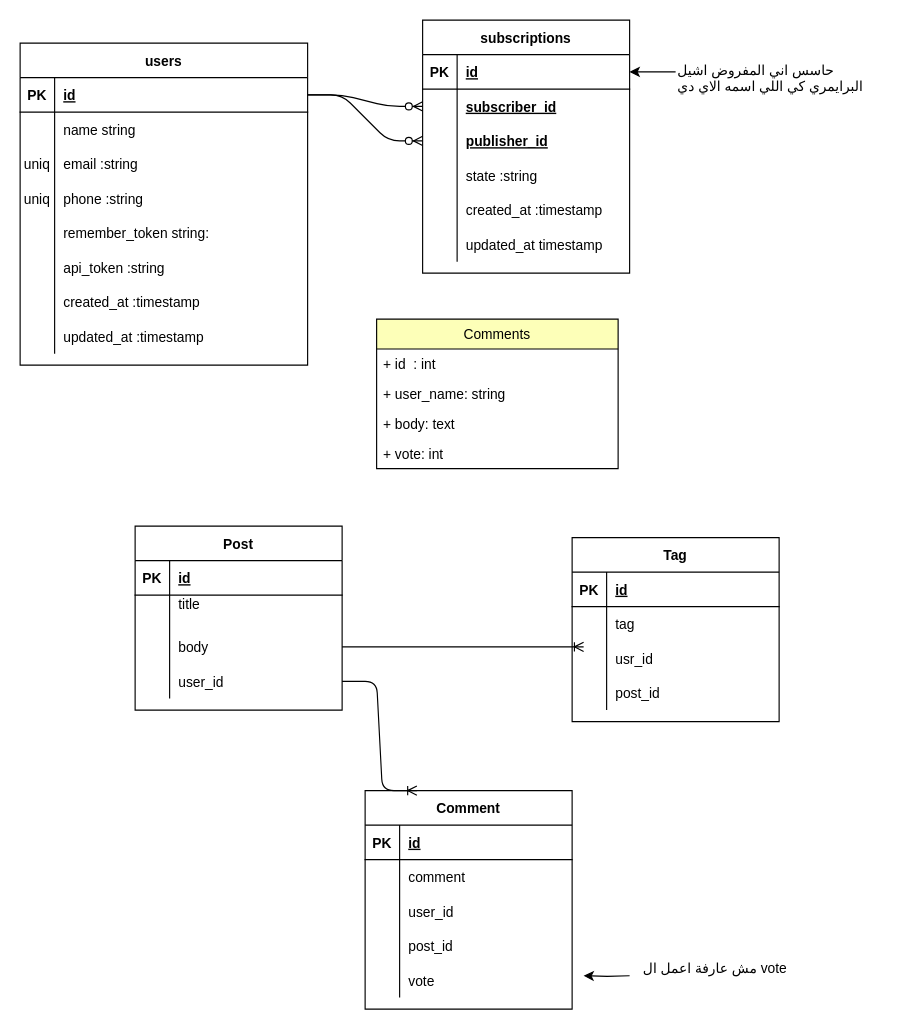
Before: Untitled Diagram.drawio in ibrahimahmed1998/backend_cscamp, a draw.io diagram. Source tidied: cells renumbered, new cells numbered last; positions are measured from the earlier drawing's top-left corner, leaving out a move shared by most shapes. Both pictures are drawn from the tidied source at 115%, with x=0, y=0 at pixel (20, 20).
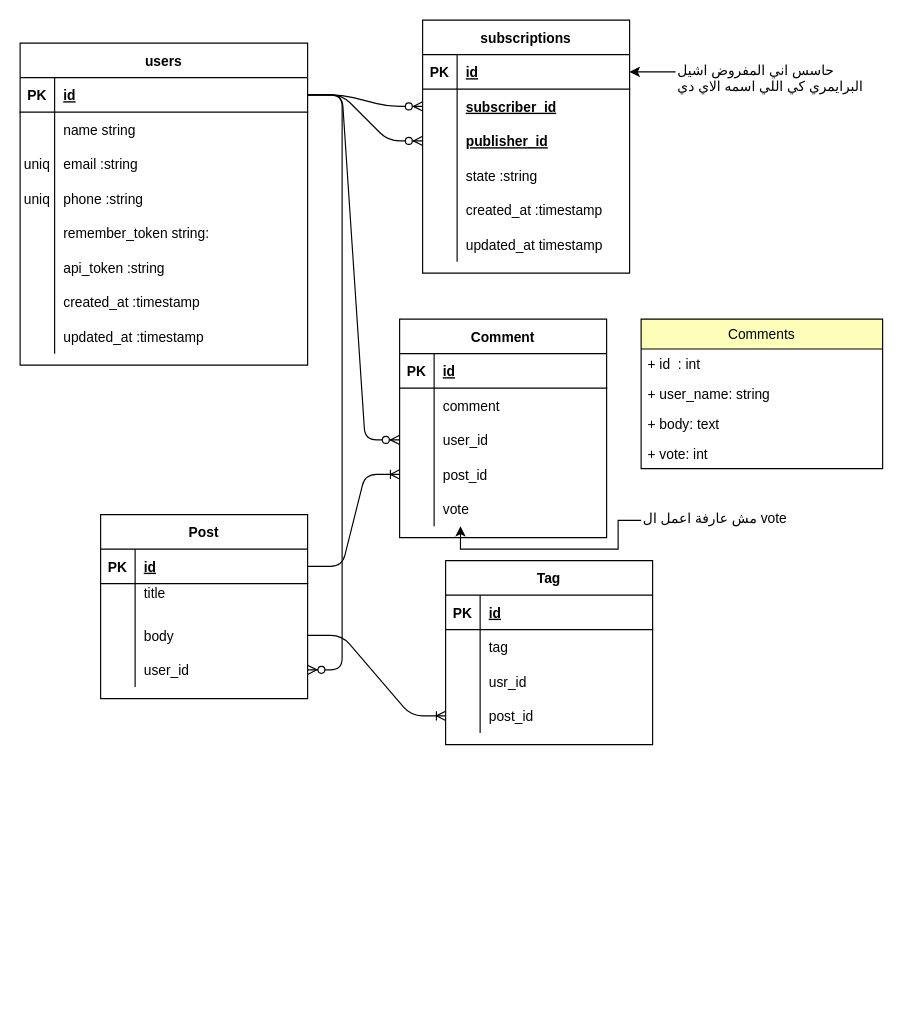
The same page after the edit.

The change refers to these unchanged cells:
```xml
<mxCell id="3" style="shape=partialRectangle;fillColor=none;points=[[0,0.5],[1,0.5]];portConstraint=eastwest;top=0;left=0;right=0;bottom=1;" parent="2" vertex="1">
  <mxGeometry y="30" width="250" height="30" as="geometry" />
</mxCell>
<mxCell id="56" style="shape=partialRectangle;fillColor=none;top=0;left=0;bottom=1;right=0;points=[[0,0.5],[1,0.5]];portConstraint=eastwest;" parent="55" vertex="1">
  <mxGeometry y="30" width="180" height="30" as="geometry" />
</mxCell>
<mxCell id="62" style="shape=partialRectangle;fillColor=none;top=0;left=0;bottom=0;right=0;points=[[0,0.5],[1,0.5]];portConstraint=eastwest;" parent="55" vertex="1">
  <mxGeometry y="90" width="180" height="30" as="geometry" />
</mxCell>
<mxCell id="65" style="shape=partialRectangle;fillColor=none;top=0;left=0;bottom=0;right=0;points=[[0,0.5],[1,0.5]];portConstraint=eastwest;" parent="55" vertex="1">
  <mxGeometry y="120" width="180" height="30" as="geometry" />
</mxCell>
<mxCell id="78" style="shape=partialRectangle;fillColor=none;top=0;left=0;bottom=0;right=0;points=[[0,0.5],[1,0.5]];portConstraint=eastwest;" parent="68" vertex="1">
  <mxGeometry y="120" width="180" height="30" as="geometry" />
</mxCell>
<mxCell id="88" style="shape=partialRectangle;fillColor=none;top=0;left=0;bottom=0;right=0;points=[[0,0.5],[1,0.5]];portConstraint=eastwest;" parent="81" vertex="1">
  <mxGeometry y="90" width="180" height="30" as="geometry" />
</mxCell>
<mxCell id="91" style="shape=partialRectangle;fillColor=none;top=0;left=0;bottom=0;right=0;points=[[0,0.5],[1,0.5]];portConstraint=eastwest;" parent="81" vertex="1">
  <mxGeometry y="120" width="180" height="30" as="geometry" />
</mxCell>
<mxCell id="94" style="shape=partialRectangle;fillColor=none;top=0;left=0;bottom=0;right=0;points=[[0,0.5],[1,0.5]];portConstraint=eastwest;" parent="81" vertex="1">
  <mxGeometry y="150" width="180" height="30" as="geometry" />
</mxCell>
```

What changed in the source:
```diff
@@
     <mxCell id="27" value="Comments" style="swimlane;fontStyle=0;horizontal=1;startSize=26;fillColor=#FDFFB8;" parent="1" vertex="1">
-      <mxGeometry x="310" y="260" width="210" height="130" as="geometry" />
+      <mxGeometry x="540" y="260" width="210" height="130" as="geometry" />
     </mxCell>
@@
     <mxCell id="55" value="Post" style="shape=table;startSize=30;childLayout=tableLayout;rowLines=0;fontStyle=1;align=center;" parent="1" vertex="1">
-      <mxGeometry x="100" y="440" width="180" height="160" as="geometry" />
+      <mxGeometry x="70" y="430" width="180" height="160" as="geometry" />
     </mxCell>
@@
     <mxCell id="68" value="Tag" style="shape=table;startSize=30;childLayout=tableLayout;rowLines=0;fontStyle=1;align=center;" parent="1" vertex="1">
-      <mxGeometry x="480" y="450" width="180" height="160" as="geometry" />
+      <mxGeometry x="370" y="470" width="180" height="160" as="geometry" />
     </mxCell>
@@
     <mxCell id="81" value="Comment" style="shape=table;startSize=30;childLayout=tableLayout;rowLines=0;fontStyle=1;align=center;" parent="1" vertex="1">
-      <mxGeometry x="300" y="670" width="180" height="190" as="geometry" />
+      <mxGeometry x="330" y="260" width="180" height="190" as="geometry" />
     </mxCell>
@@
-    <mxCell id="97" style="edgeStyle=entityRelationEdgeStyle;fontSize=12;html=1;endArrow=ERoneToMany;exitX=1;exitY=0.5;exitDx=0;exitDy=0;" parent="1" edge="1" source="62">
-      <mxGeometry relative="1" as="geometry">
-        <mxPoint x="490" y="545" as="targetPoint" />
-      </mxGeometry>
+    <mxCell id="97" style="edgeStyle=entityRelationEdgeStyle;fontSize=12;html=1;endArrow=ERoneToMany;exitX=1;exitY=0.5;exitDx=0;exitDy=0;" parent="1" edge="1" source="62" target="78">
+      <mxGeometry relative="1" as="geometry" />
     </mxCell>
-    <mxCell id="98" style="edgeStyle=entityRelationEdgeStyle;fontSize=12;html=1;endArrow=ERoneToMany;exitX=1;exitY=0.5;exitDx=0;exitDy=0;entryX=0.25;entryY=0;entryDx=0;entryDy=0;" parent="1" edge="1" source="65" target="81">
+    <mxCell id="98" style="edgeStyle=entityRelationEdgeStyle;fontSize=12;html=1;endArrow=ERoneToMany;" parent="1" edge="1" source="56" target="91">
       <mxGeometry relative="1" as="geometry" />
     </mxCell>
+    <mxCell id="101" style="edgeStyle=entityRelationEdgeStyle;fontSize=12;html=1;endArrow=ERzeroToMany;endFill=1;" parent="1" edge="1" source="3" target="65">
+      <mxGeometry relative="1" as="geometry" />
+    </mxCell>
+    <mxCell id="102" style="edgeStyle=entityRelationEdgeStyle;fontSize=12;html=1;endArrow=ERzeroToMany;endFill=1;" parent="1" edge="1" source="3" target="88">
+      <mxGeometry relative="1" as="geometry" />
+    </mxCell>
+    <mxCell id="103" style="edgeStyle=orthogonalEdgeStyle;rounded=0;jettySize=auto;html=1;entryX=0.294;entryY=1;entryDx=0;entryDy=0;entryPerimeter=0;" parent="1" edge="1" source="99" target="94">
+      <mxGeometry relative="1" as="geometry" />
+    </mxCell>
     <mxCell id="99" value="مش عارفة اعمل ال vote" style="text;whiteSpace=wrap;html=1;" parent="1" vertex="1">
-      <mxGeometry x="540" y="811" width="180" height="30" as="geometry" />
+      <mxGeometry x="540" y="420" width="160" height="30" as="geometry" />
     </mxCell>
-    <mxCell id="100" style="edgeStyle=orthogonalEdgeStyle;rounded=0;orthogonalLoop=1;jettySize=auto;html=1;" parent="1" edge="1">
-      <mxGeometry relative="1" as="geometry">
-        <mxPoint x="530" y="831" as="sourcePoint" />
-        <mxPoint x="490" y="831" as="targetPoint" />
-      </mxGeometry>
-    </mxCell>
```
